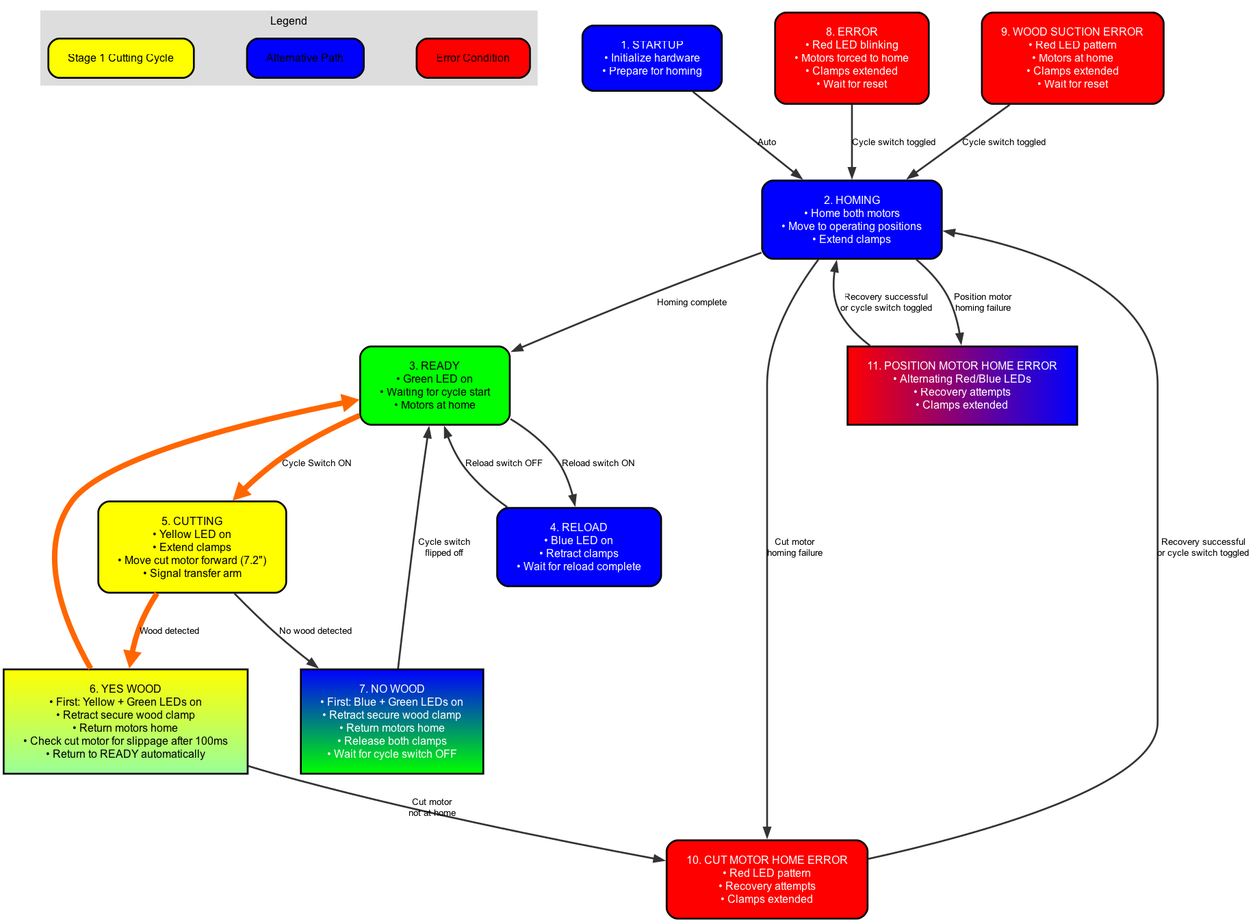
akivaweil/Stage-1-Mar25 keeps this Graphviz diagram as flowcharts/png_files/cutting_machine_flowchart.png. Above is the earlier version. Its source is kept beside it as flowcharts/dot_files/cutting_machine_flowchart.dot.
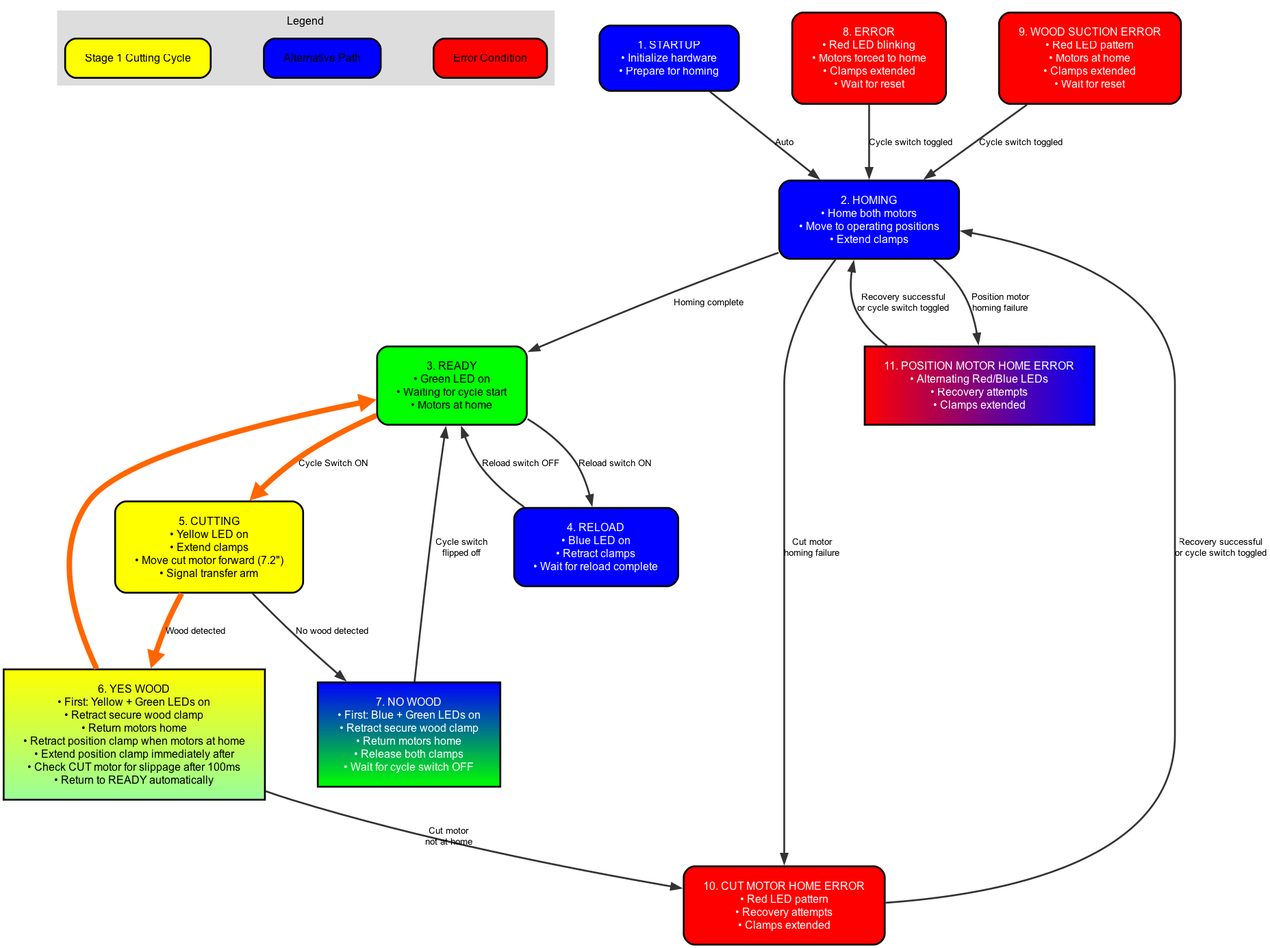
The same file after the commit.

Commit message:
Combined steps 7.5 and 7.6 in NOWOOD state, updated flowchart to match implementation

The edit, as a diff of the source:
```diff
@@ -19,7 +19,7 @@
   READY [label="3. READY\n• Green LED on\n• Waiting for cycle start\n• Motors at home", fillcolor="#00FF00"];
   RELOAD [label="4. RELOAD\n• Blue LED on\n• Retract clamps\n• Wait for reload complete", fillcolor="#0000FF", fontcolor="white"];
   CUTTING [label="5. CUTTING\n• Yellow LED on\n• Extend clamps\n• Move cut motor forward (7.2\")\n• Signal transfer arm", fillcolor="#FFFF00"];
-  YESWOOD [label="6. YES WOOD\n• First: Yellow + Green LEDs on\n• Retract secure wood clamp\n• Return motors home\n• Check cut motor for slippage after 100ms\n• Return to READY automatically", style="filled", fillcolor="#FFFF00:#99FF99", gradientangle=270];
+  YESWOOD [label="6. YES WOOD\n• First: Yellow + Green LEDs on\n• Retract secure wood clamp\n• Return motors home\n• Retract position clamp when motors at home\n• Extend position clamp immediately after\n• Check CUT motor for slippage after 100ms\n• Return to READY automatically", style="filled", fillcolor="#FFFF00:#99FF99", gradientangle=270];
   NOWOOD [label="7. NO WOOD\n• First: Blue + Green LEDs on\n• Retract secure wood clamp\n• Return motors home\n• Release both clamps\n• Wait for cycle switch OFF", style="filled", fillcolor="#0000FF:#00FF00", fontcolor="white", gradientangle=270];
   ERROR [label="8. ERROR\n• Red LED blinking\n• Motors forced to home\n• Clamps extended\n• Wait for reset", fillcolor="#FF0000", fontcolor="white"];
   WOOD_SUCTION_ERROR [label="9. WOOD SUCTION ERROR\n• Red LED pattern\n• Motors at home\n• Clamps extended\n• Wait for reset", fillcolor="#FF0000", fontcolor="white"];
```
